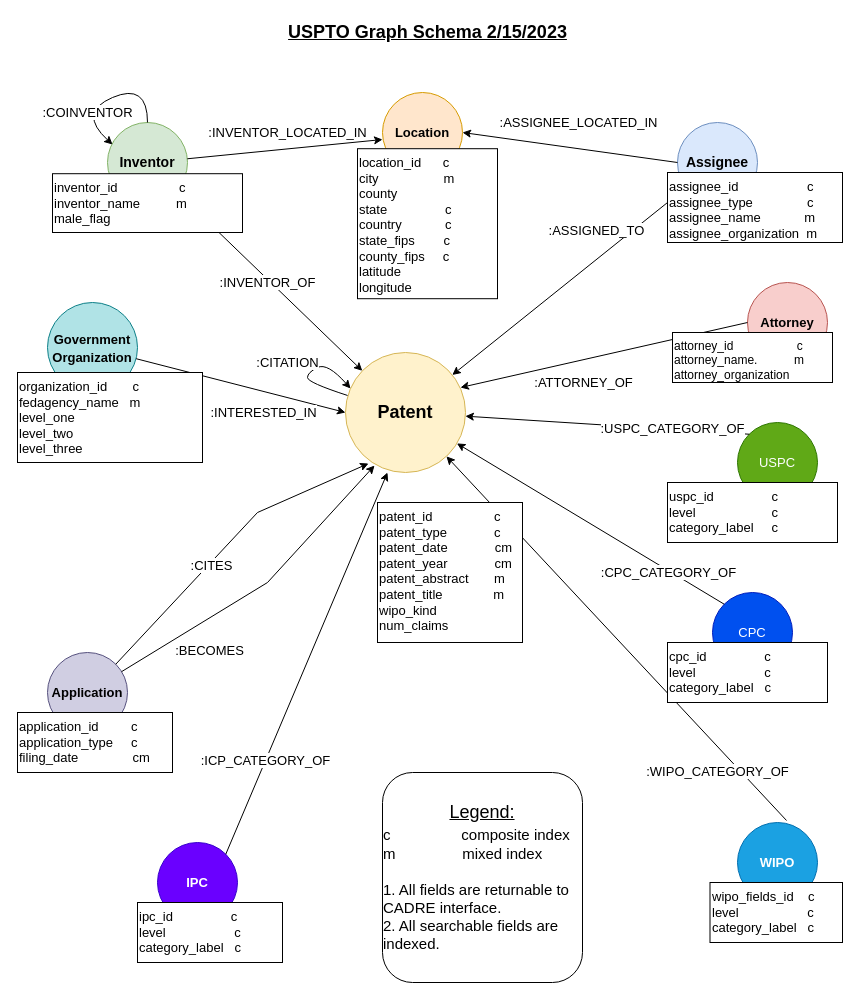
This is uspto20220630/new_uspto_diagram.drawio from iuni-cadre/DataPipelineAndProvenanceForCADRE, a draw.io file, before an edit. Source tidied: cells renumbered, new cells numbered last; positions are measured from the earlier drawing's top-left corner, leaving out a move shared by most shapes. Both pictures are drawn from the tidied source at 100%, with x=0, y=0 at pixel (17, 17).
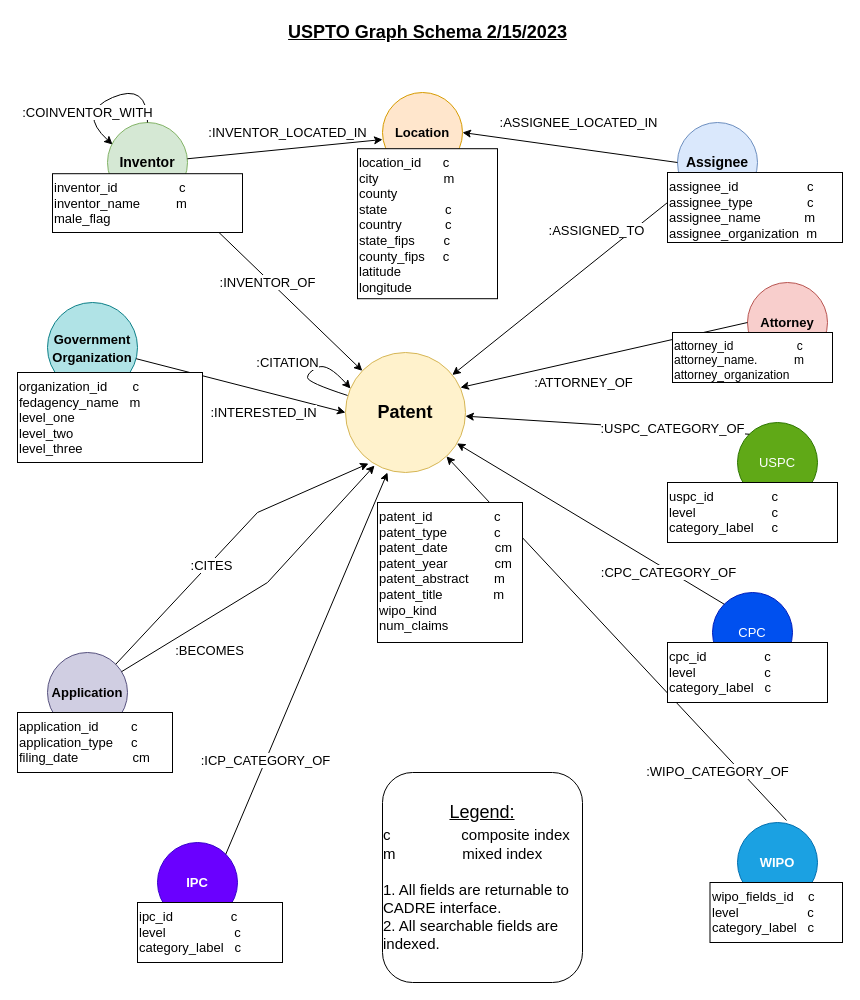
The same diagram, later.

Commit message (it also covers changes not shown here):
More changes to the graph schema diagram.

Unchanged cells that the change refers to:
```xml
<mxCell id="3" style="curved=1;endArrow=classic;html=1;rounded=0;exitX=0.5;exitY=0;exitDx=0;exitDy=0;entryX=0.063;entryY=0.275;entryDx=0;entryDy=0;entryPerimeter=0;verticalAlign=middle;fontSize=14;" parent="1" edge="1" source="2" target="2">
  <mxGeometry relative="1" as="geometry">
    <Array as="points">
      <mxPoint x="130" y="65" />
      <mxPoint x="60" y="95" />
    </Array>
  </mxGeometry>
</mxCell>
```

What changed in the source:
```diff
@@
-    <mxCell id="4" value=":COINVENTOR" style="edgeLabel;html=1;align=center;verticalAlign=middle;fontSize=13;labelPosition=center;verticalLabelPosition=middle;" parent="3" vertex="1">
+    <mxCell id="4" value=":COINVENTOR_WITH" style="edgeLabel;html=1;align=center;verticalAlign=middle;fontSize=13;labelPosition=center;verticalLabelPosition=middle;" parent="3" vertex="1">
       <mxGeometry x="0.23" y="4" relative="1" as="geometry">
         <mxPoint x="-6" y="2" as="offset" />
       </mxGeometry>
     </mxCell>
```
